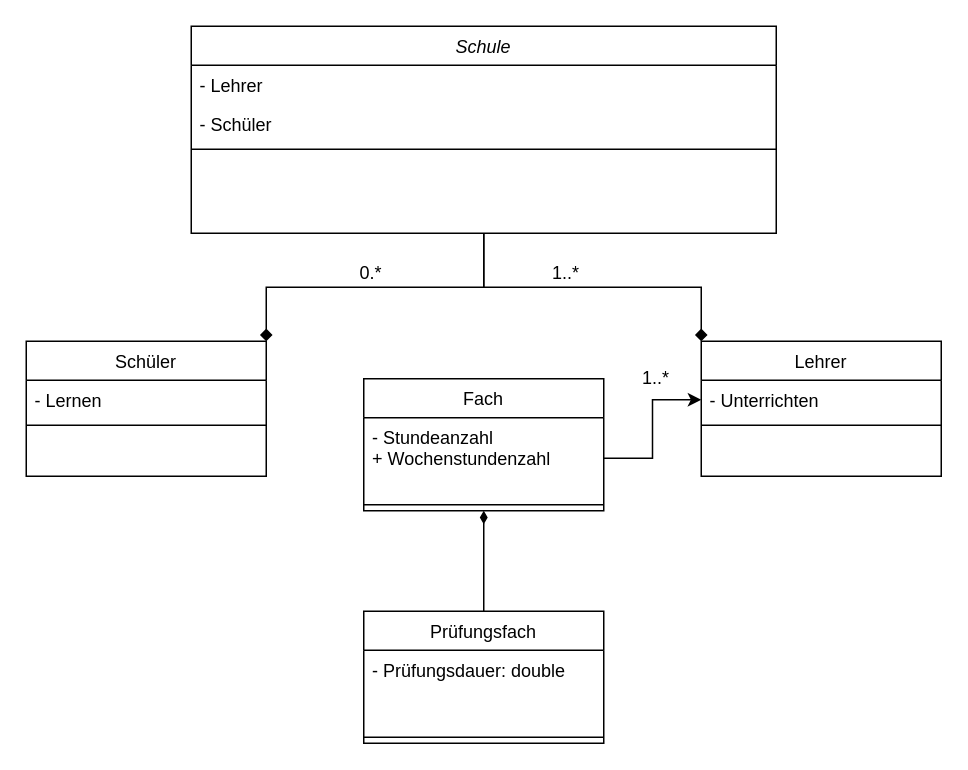
BreMoon/Tresor-typescript keeps this draw.io diagram as Unbenanntes Diagramm.drawio. Above is the earlier version. Source tidied: cells renumbered, new cells numbered last; positions are measured from the earlier drawing's top-left corner, leaving out a move shared by most shapes. Both pictures are drawn from the tidied source at 150%, with x=0, y=0 at pixel (26, 26).
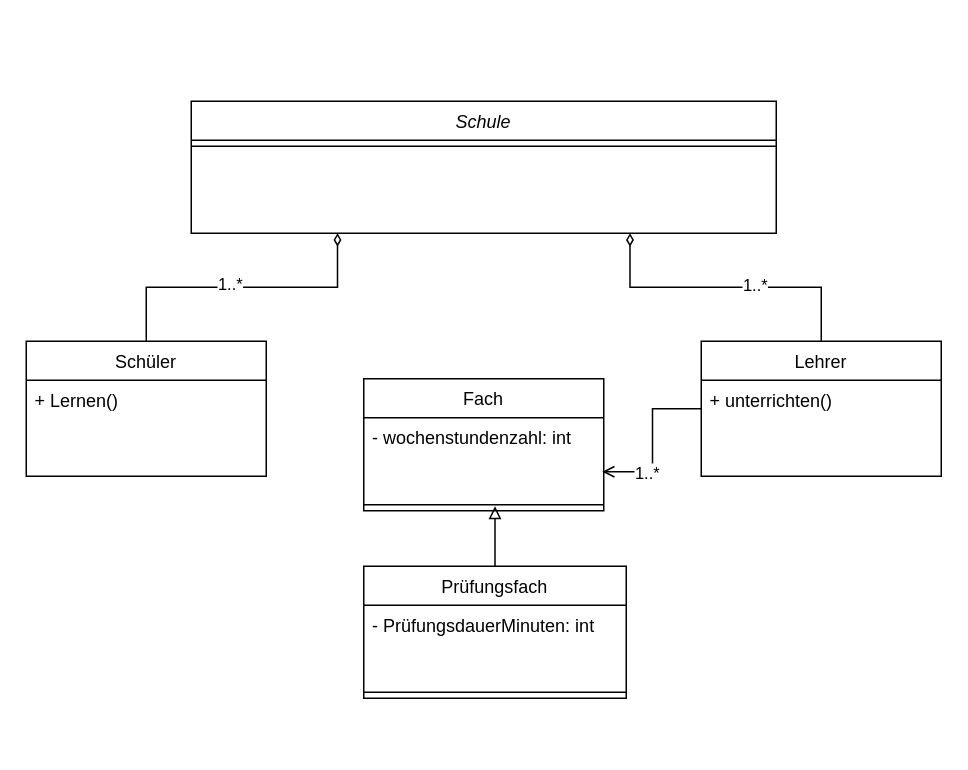
The same diagram, later.

Unchanged cells that the change refers to:
```xml
<mxCell id="8" value="Schüler" style="swimlane;fontStyle=0;align=center;verticalAlign=top;horizontal=1;startSize=26;rounded=0;shadow=0;strokeWidth=1;" parent="1" vertex="1">
  <mxGeometry y="210" width="160" height="90" as="geometry" />
</mxCell>
<mxCell id="11" value="Fach" style="swimlane;fontStyle=0;align=center;verticalAlign=top;horizontal=1;startSize=26;rounded=0;shadow=0;strokeWidth=1;" parent="1" vertex="1">
  <mxGeometry x="225" y="235" width="160" height="88" as="geometry" />
</mxCell>
<mxCell id="14" value="Lehrer" style="swimlane;fontStyle=0;align=center;verticalAlign=top;horizontal=1;startSize=26;rounded=0;shadow=0;strokeWidth=1;" parent="1" vertex="1">
  <mxGeometry x="450" y="210" width="160" height="90" as="geometry" />
</mxCell>
```

What changed in the source:
```diff
@@
-    <mxCell id="2" style="edgeStyle=orthogonalEdgeStyle;rounded=0;jettySize=auto;html=1;entryX=1;entryY=0;entryDx=0;entryDy=0;endArrow=diamond;endFill=1;" parent="1" edge="1" source="4" target="8">
-      <mxGeometry relative="1" as="geometry" />
-    </mxCell>
-    <mxCell id="3" style="edgeStyle=orthogonalEdgeStyle;rounded=0;jettySize=auto;html=1;entryX=0;entryY=0;entryDx=0;entryDy=0;endArrow=diamond;endFill=1;" parent="1" edge="1" source="4" target="14">
-      <mxGeometry relative="1" as="geometry" />
-    </mxCell>
     <mxCell id="4" value="Schule" style="swimlane;fontStyle=2;align=center;verticalAlign=top;horizontal=1;startSize=26;rounded=0;shadow=0;strokeWidth=1;" parent="1" vertex="1">
-      <mxGeometry x="110" width="390" height="138" as="geometry" />
+      <mxGeometry x="110" y="50" width="390" height="88" as="geometry" />
     </mxCell>
-    <mxCell id="5" value="- Lehrer    " style="text;align=left;verticalAlign=top;spacingLeft=4;spacingRight=4;overflow=hidden;" parent="4" vertex="1">
-      <mxGeometry y="26" width="390" height="26" as="geometry" />
-    </mxCell>
-    <mxCell id="6" value="- Schüler" style="text;align=left;verticalAlign=top;spacingLeft=4;spacingRight=4;overflow=hidden;rounded=0;shadow=0;html=0;" parent="4" vertex="1">
-      <mxGeometry y="52" width="390" height="26" as="geometry" />
-    </mxCell>
     <mxCell id="7" style="line;html=1;strokeWidth=1;align=left;verticalAlign=middle;spacingTop=-1;spacingLeft=3;spacingRight=3;labelPosition=right;" parent="4" vertex="1">
-      <mxGeometry y="78" width="390" height="8" as="geometry" />
+      <mxGeometry y="26" width="390" height="8" as="geometry" />
     </mxCell>
+    <mxCell id="25" style="edgeStyle=orthogonalEdgeStyle;rounded=0;jettySize=auto;html=1;entryX=0.25;entryY=1;entryDx=0;entryDy=0;endArrow=diamondThin;endFill=0;" parent="1" edge="1" source="8" target="4">
+      <mxGeometry relative="1" as="geometry" />
+    </mxCell>
+    <mxCell id="26" value="1..*" style="edgeLabel;html=1;align=center;verticalAlign=middle;" parent="25" vertex="1">
+      <mxGeometry x="-0.05" y="3" relative="1" as="geometry">
+        <mxPoint x="-4" as="offset" />
+      </mxGeometry>
+    </mxCell>
@@
-    <mxCell id="9" value="- Lernen" style="text;align=left;verticalAlign=top;spacingLeft=4;spacingRight=4;overflow=hidden;" parent="8" vertex="1">
+    <mxCell id="9" value="+ Lernen()" style="text;align=left;verticalAlign=top;spacingLeft=4;spacingRight=4;overflow=hidden;" parent="8" vertex="1">
       <mxGeometry y="26" width="160" height="26" as="geometry" />
     </mxCell>
-    <mxCell id="10" style="line;html=1;strokeWidth=1;align=left;verticalAlign=middle;spacingTop=-1;spacingLeft=3;spacingRight=3;labelPosition=right;" parent="8" vertex="1">
-      <mxGeometry y="52" width="160" height="8" as="geometry" />
-    </mxCell>
@@
-    <mxCell id="12" value="- Stundeanzahl&#10;+ Wochenstundenzahl" style="text;align=left;verticalAlign=top;spacingLeft=4;spacingRight=4;overflow=hidden;points=[[0,0.5],[1,0.5]];portConstraint=eastwest;" parent="11" vertex="1">
+    <mxCell id="12" value="- wochenstundenzahl: int" style="text;align=left;verticalAlign=top;spacingLeft=4;spacingRight=4;overflow=hidden;points=[[0,0.5],[1,0.5]];portConstraint=eastwest;" parent="11" vertex="1">
       <mxGeometry y="26" width="160" height="54" as="geometry" />
     </mxCell>
@@
+    <mxCell id="27" style="edgeStyle=orthogonalEdgeStyle;rounded=0;jettySize=auto;html=1;endArrow=open;endFill=0;entryX=0.994;entryY=0.667;entryDx=0;entryDy=0;entryPerimeter=0;" parent="1" edge="1" source="14" target="12">
+      <mxGeometry relative="1" as="geometry" />
+    </mxCell>
+    <mxCell id="28" value="1..*" style="edgeLabel;html=1;align=center;verticalAlign=middle;" parent="27" vertex="1">
+      <mxGeometry x="0.47" relative="1" as="geometry" />
+    </mxCell>
+    <mxCell id="29" style="edgeStyle=orthogonalEdgeStyle;rounded=0;jettySize=auto;html=1;entryX=0.75;entryY=1;entryDx=0;entryDy=0;endArrow=diamondThin;endFill=0;" parent="1" edge="1" source="14" target="4">
+      <mxGeometry relative="1" as="geometry" />
+    </mxCell>
+    <mxCell id="30" value="1..*" style="edgeLabel;html=1;align=center;verticalAlign=middle;" parent="29" vertex="1">
+      <mxGeometry x="-0.19" y="-2" relative="1" as="geometry" />
+    </mxCell>
@@
-    <mxCell id="15" value="- Unterrichten" style="text;align=left;verticalAlign=top;spacingLeft=4;spacingRight=4;overflow=hidden;points=[[0,0.5],[1,0.5]];portConstraint=eastwest;" parent="14" vertex="1">
+    <mxCell id="15" value="+ unterrichten()" style="text;align=left;verticalAlign=top;spacingLeft=4;spacingRight=4;overflow=hidden;points=[[0,0.5],[1,0.5]];portConstraint=eastwest;" parent="14" vertex="1">
       <mxGeometry y="26" width="160" height="26" as="geometry" />
     </mxCell>
-    <mxCell id="16" style="line;html=1;strokeWidth=1;align=left;verticalAlign=middle;spacingTop=-1;spacingLeft=3;spacingRight=3;labelPosition=right;" parent="14" vertex="1">
-      <mxGeometry y="52" width="160" height="8" as="geometry" />
-    </mxCell>
-    <mxCell id="17" style="edgeStyle=orthogonalEdgeStyle;rounded=0;jettySize=auto;html=1;exitX=0.5;exitY=0;exitDx=0;exitDy=0;entryX=0.5;entryY=1;entryDx=0;entryDy=0;endArrow=diamondThin;endFill=1;" parent="1" edge="1" source="18" target="11">
-      <mxGeometry relative="1" as="geometry" />
-    </mxCell>
+    <mxCell id="31" style="edgeStyle=orthogonalEdgeStyle;rounded=0;jettySize=auto;html=1;endArrow=block;endFill=0;" parent="1" edge="1" source="18">
+      <mxGeometry relative="1" as="geometry">
+        <mxPoint x="312.5" y="320" as="targetPoint" />
+      </mxGeometry>
+    </mxCell>
     <mxCell id="18" value="Prüfungsfach" style="swimlane;fontStyle=0;align=center;verticalAlign=top;horizontal=1;startSize=26;rounded=0;shadow=0;strokeWidth=1;" parent="1" vertex="1">
-      <mxGeometry x="225" y="390" width="160" height="88" as="geometry" />
+      <mxGeometry x="225" y="360" width="175" height="88" as="geometry" />
     </mxCell>
-    <mxCell id="19" value="- Prüfungsdauer: double " style="text;align=left;verticalAlign=top;spacingLeft=4;spacingRight=4;overflow=hidden;" parent="18" vertex="1">
-      <mxGeometry y="26" width="160" height="54" as="geometry" />
+    <mxCell id="19" value="- PrüfungsdauerMinuten: int" style="text;align=left;verticalAlign=top;spacingLeft=4;spacingRight=4;overflow=hidden;" parent="18" vertex="1">
+      <mxGeometry y="26" width="175" height="54" as="geometry" />
     </mxCell>
     <mxCell id="20" style="line;html=1;strokeWidth=1;align=left;verticalAlign=middle;spacingTop=-1;spacingLeft=3;spacingRight=3;labelPosition=right;" parent="18" vertex="1">
-      <mxGeometry y="80" width="160" height="8" as="geometry" />
+      <mxGeometry y="80" width="175" height="8" as="geometry" />
     </mxCell>
-    <mxCell id="21" style="edgeStyle=orthogonalEdgeStyle;rounded=0;jettySize=auto;html=1;entryX=0;entryY=0.5;entryDx=0;entryDy=0;" parent="1" edge="1" source="12" target="15">
-      <mxGeometry relative="1" as="geometry" />
-    </mxCell>
-    <mxCell id="22" value="1..*" style="text;html=1;strokeColor=none;fillColor=none;align=center;verticalAlign=middle;whiteSpace=wrap;rounded=0;" parent="1" vertex="1">
-      <mxGeometry x="330" y="150" width="60" height="30" as="geometry" />
-    </mxCell>
-    <mxCell id="23" value="0.*" style="text;html=1;strokeColor=none;fillColor=none;align=center;verticalAlign=middle;whiteSpace=wrap;rounded=0;" parent="1" vertex="1">
-      <mxGeometry x="200" y="150" width="60" height="30" as="geometry" />
-    </mxCell>
-    <mxCell id="24" value="1..*" style="text;html=1;strokeColor=none;fillColor=none;align=center;verticalAlign=middle;whiteSpace=wrap;rounded=0;" parent="1" vertex="1">
-      <mxGeometry x="390" y="220" width="60" height="30" as="geometry" />
-    </mxCell>
```
